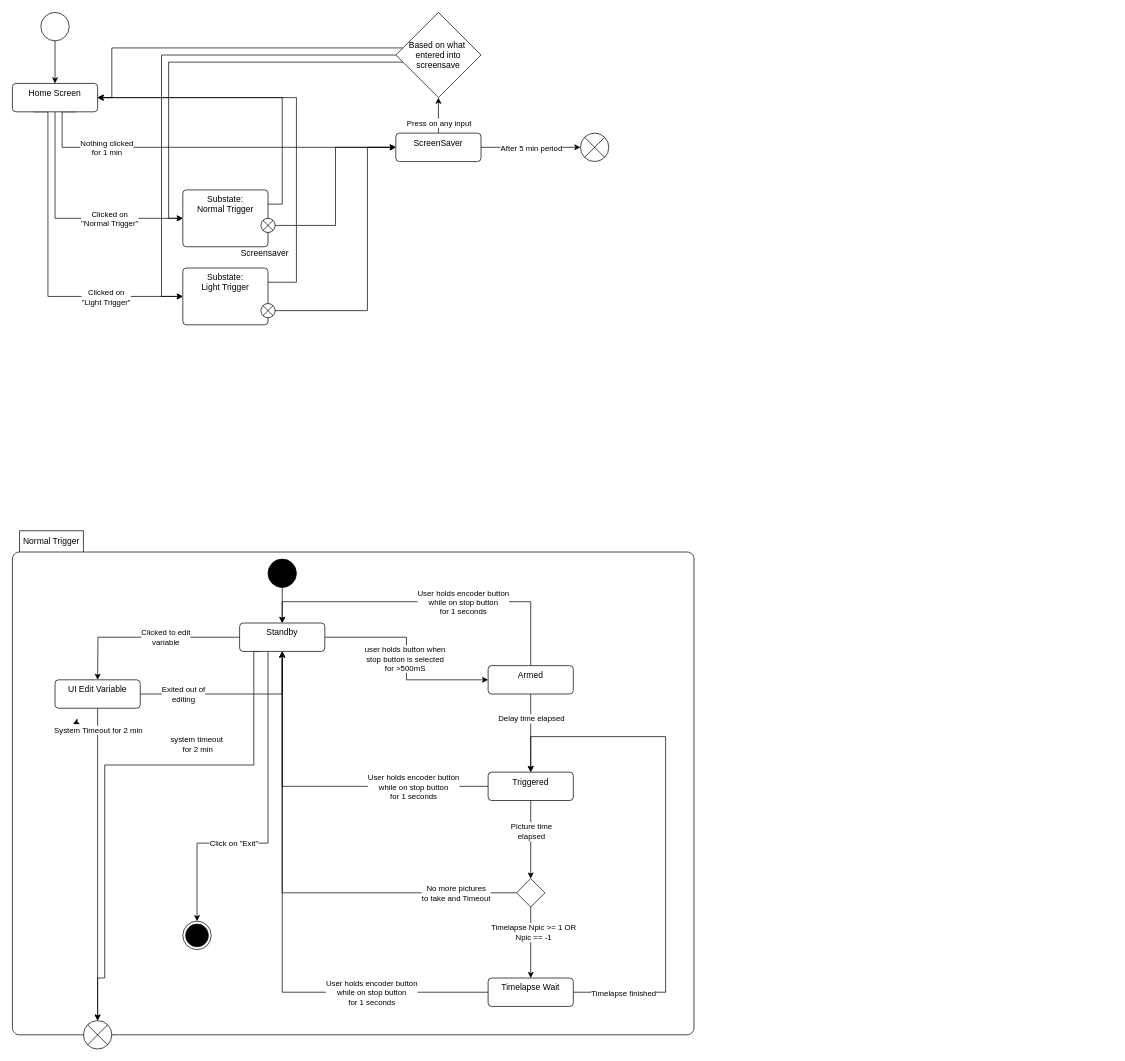
Before: Firmware/StateDiagramNextGen.drawio in Electro707/p1010_camera_remote_shutter_v2, a draw.io diagram. Source tidied: cells renumbered, new cells numbered last; positions are measured from the earlier drawing's top-left corner, leaving out a move shared by most shapes. Both pictures are drawn from the tidied source at 71%, with x=0, y=0 at pixel (12, 12).
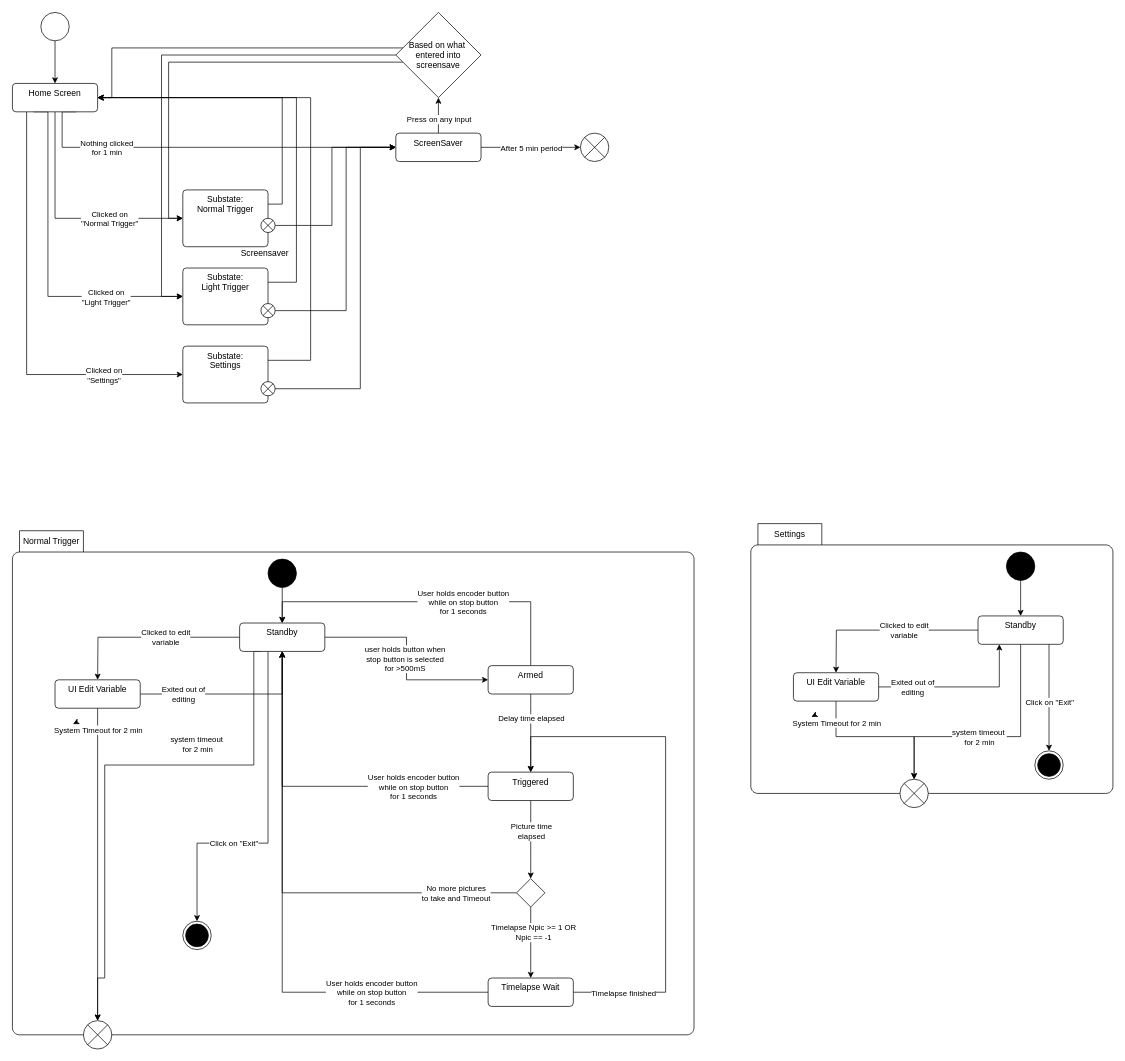
Above is the later version.

The change refers to these unchanged cells:
```xml
<mxCell id="45" value="Home Screen" style="html=1;align=center;verticalAlign=top;rounded=1;absoluteArcSize=1;arcSize=10;dashed=0;whiteSpace=wrap;" parent="1" vertex="1">
  <mxGeometry y="100" width="120" height="40" as="geometry" />
</mxCell>
<mxCell id="48" style="edgeStyle=orthogonalEdgeStyle;rounded=0;jettySize=auto;html=1;" parent="1" edge="1" source="52" target="67">
  <mxGeometry relative="1" as="geometry" />
</mxCell>
<mxCell id="52" value="ScreenSaver" style="html=1;align=center;verticalAlign=top;rounded=1;absoluteArcSize=1;arcSize=10;dashed=0;whiteSpace=wrap;" parent="1" vertex="1">
  <mxGeometry x="540" y="170" width="120" height="40" as="geometry" />
</mxCell>
<mxCell id="70" style="shape=sumEllipse;perimeter=ellipsePerimeter;html=1;backgroundOutline=1;" parent="68" vertex="1">
  <mxGeometry x="110" y="50" width="20" height="20" as="geometry" />
</mxCell>
<mxCell id="73" style="shape=sumEllipse;perimeter=ellipsePerimeter;html=1;backgroundOutline=1;" parent="71" vertex="1">
  <mxGeometry x="110" y="40" width="20" height="20" as="geometry" />
</mxCell>
```

What changed in the source:
```diff
@@
+    <mxCell id="75" value="&lt;span style=&quot;text-align: left;&quot;&gt;Settings&lt;/span&gt;" style="shape=folder;align=center;verticalAlign=middle;fontStyle=0;tabWidth=100;tabHeight=30;tabPosition=left;html=1;boundedLbl=1;labelInHeader=1;rounded=1;absoluteArcSize=1;arcSize=10;whiteSpace=wrap;fillColor=none;" parent="1" vertex="1">
+      <mxGeometry x="1040" y="720" width="510" height="380" as="geometry" />
+    </mxCell>
@@
+    <mxCell id="76" style="edgeStyle=orthogonalEdgeStyle;rounded=0;jettySize=auto;html=1;entryX=0;entryY=0.5;entryDx=0;entryDy=0;" parent="1" edge="1" source="45" target="79">
+      <mxGeometry relative="1" as="geometry">
+        <Array as="points">
+          <mxPoint x="20" y="510" />
+        </Array>
+      </mxGeometry>
+    </mxCell>
+    <mxCell id="77" value="Clicked on&lt;div&gt;&quot;Settings&quot;&lt;/div&gt;" style="edgeLabel;html=1;align=center;verticalAlign=middle;" parent="76" vertex="1">
+      <mxGeometry x="0.62" y="-1" relative="1" as="geometry" />
+    </mxCell>
@@
     <mxCell id="49" value="Press on any input" style="edgeLabel;html=1;align=center;verticalAlign=middle;" parent="48" vertex="1">
-      <mxGeometry x="-0.39" relative="1" as="geometry" />
+      <mxGeometry x="-0.39" relative="1" as="geometry">
+        <mxPoint y="-5" as="offset" />
+      </mxGeometry>
     </mxCell>
@@
     <mxCell id="60" style="edgeStyle=orthogonalEdgeStyle;rounded=0;jettySize=auto;html=1;entryX=0;entryY=0.5;entryDx=0;entryDy=0;" parent="1" edge="1" source="73" target="52">
-      <mxGeometry relative="1" as="geometry" />
+      <mxGeometry relative="1" as="geometry">
+        <Array as="points">
+          <mxPoint x="450" y="300" />
+          <mxPoint x="450" y="190" />
+        </Array>
+      </mxGeometry>
     </mxCell>
@@
     <mxCell id="63" style="edgeStyle=orthogonalEdgeStyle;rounded=0;jettySize=auto;html=1;entryX=0;entryY=0.5;entryDx=0;entryDy=0;" parent="1" edge="1" source="70" target="52">
       <mxGeometry relative="1" as="geometry">
         <Array as="points">
-          <mxPoint x="500" y="420" />
-          <mxPoint x="500" y="190" />
+          <mxPoint x="470" y="420" />
+          <mxPoint x="470" y="190" />
         </Array>
       </mxGeometry>
     </mxCell>
@@
+    <mxCell id="78" style="group;" parent="1" vertex="1">
+      <mxGeometry x="240" y="470" width="130" height="80" as="geometry" />
+    </mxCell>
+    <mxCell id="79" value="Substate:&lt;br&gt;Settings" style="html=1;align=center;verticalAlign=top;rounded=1;absoluteArcSize=1;arcSize=10;dashed=0;whiteSpace=wrap;" parent="78" vertex="1">
+      <mxGeometry width="120" height="80" as="geometry" />
+    </mxCell>
+    <mxCell id="80" style="shape=sumEllipse;perimeter=ellipsePerimeter;html=1;backgroundOutline=1;" parent="78" vertex="1">
+      <mxGeometry x="110" y="50" width="20" height="20" as="geometry" />
+    </mxCell>
+    <mxCell id="81" style="edgeStyle=orthogonalEdgeStyle;rounded=0;jettySize=auto;html=1;exitX=1;exitY=0.5;exitDx=0;exitDy=0;entryX=0;entryY=0.5;entryDx=0;entryDy=0;" parent="1" edge="1" source="80" target="52">
+      <mxGeometry relative="1" as="geometry">
+        <Array as="points">
+          <mxPoint x="490" y="530" />
+          <mxPoint x="490" y="190" />
+        </Array>
+      </mxGeometry>
+    </mxCell>
+    <mxCell id="82" style="edgeStyle=orthogonalEdgeStyle;shape=connector;rounded=0;jettySize=auto;html=1;strokeColor=default;align=center;verticalAlign=middle;fontFamily=Helvetica;fontSize=11;fontColor=default;labelBackgroundColor=default;elbow=vertical;endArrow=classic;exitX=0.5;exitY=1;exitDx=0;exitDy=0;flowAnimation=0;entryX=0.5;entryY=0;entryDx=0;entryDy=0;" parent="1" edge="1" source="93" target="94">
+      <mxGeometry relative="1" as="geometry">
+        <Array as="points">
+          <mxPoint x="1420" y="1020" />
+          <mxPoint x="1270" y="1020" />
+        </Array>
+      </mxGeometry>
+    </mxCell>
+    <mxCell id="83" value="&lt;div&gt;system timeout&amp;nbsp;&lt;/div&gt;&lt;div&gt;for 2 min&lt;/div&gt;" style="edgeLabel;html=1;align=center;verticalAlign=middle;fontFamily=Helvetica;fontSize=11;fontColor=default;labelBackgroundColor=default;" parent="82" vertex="1">
+      <mxGeometry x="0.32" y="2" relative="1" as="geometry">
+        <mxPoint x="35" y="-2" as="offset" />
+      </mxGeometry>
+    </mxCell>
+    <mxCell id="84" style="edgeStyle=orthogonalEdgeStyle;shape=connector;rounded=0;jettySize=auto;html=1;entryX=0.5;entryY=0;entryDx=0;entryDy=0;strokeColor=default;align=center;verticalAlign=middle;fontFamily=Helvetica;fontSize=11;fontColor=default;labelBackgroundColor=default;elbow=vertical;endArrow=classic;exitX=0;exitY=0.5;exitDx=0;exitDy=0;" parent="1" edge="1" source="93">
+      <mxGeometry relative="1" as="geometry">
+        <mxPoint x="1160" y="930" as="targetPoint" />
+      </mxGeometry>
+    </mxCell>
+    <mxCell id="85" value="Clicked to edit&lt;div&gt;variable&lt;/div&gt;" style="edgeLabel;html=1;align=center;verticalAlign=middle;fontFamily=Helvetica;fontSize=11;fontColor=default;labelBackgroundColor=default;" parent="84" vertex="1">
+      <mxGeometry x="0.19" y="13" relative="1" as="geometry">
+        <mxPoint x="49" y="-13" as="offset" />
+      </mxGeometry>
+    </mxCell>
+    <mxCell id="86" style="edgeStyle=orthogonalEdgeStyle;shape=connector;rounded=0;jettySize=auto;html=1;exitX=1;exitY=0.5;exitDx=0;exitDy=0;entryX=0.25;entryY=1;entryDx=0;entryDy=0;strokeColor=default;align=center;verticalAlign=middle;fontFamily=Helvetica;fontSize=11;fontColor=default;labelBackgroundColor=default;elbow=vertical;endArrow=classic;" parent="1" edge="1" source="95" target="93">
+      <mxGeometry relative="1" as="geometry">
+        <Array as="points">
+          <mxPoint x="1390" y="950" />
+        </Array>
+      </mxGeometry>
+    </mxCell>
+    <mxCell id="87" value="Exited out of&lt;div&gt;editing&lt;/div&gt;" style="edgeLabel;html=1;align=center;verticalAlign=middle;fontFamily=Helvetica;fontSize=11;fontColor=default;labelBackgroundColor=default;" parent="86" vertex="1">
+      <mxGeometry x="-0.14" y="11" relative="1" as="geometry">
+        <mxPoint x="-52" y="11" as="offset" />
+      </mxGeometry>
+    </mxCell>
+    <mxCell id="88" style="edgeStyle=orthogonalEdgeStyle;shape=connector;rounded=0;jettySize=auto;html=1;strokeColor=default;align=center;verticalAlign=middle;fontFamily=Helvetica;fontSize=11;fontColor=default;labelBackgroundColor=default;elbow=vertical;endArrow=classic;entryX=0.5;entryY=0;entryDx=0;entryDy=0;exitX=0.5;exitY=1;exitDx=0;exitDy=0;" parent="1" edge="1" source="95" target="94">
+      <mxGeometry relative="1" as="geometry">
+        <Array as="points">
+          <mxPoint x="1160" y="1020" />
+          <mxPoint x="1270" y="1020" />
+        </Array>
+      </mxGeometry>
+    </mxCell>
+    <mxCell id="89" value="&lt;div&gt;System Timeout for 2 min&lt;/div&gt;" style="edgeLabel;html=1;align=center;verticalAlign=middle;fontFamily=Helvetica;fontSize=11;fontColor=default;labelBackgroundColor=default;" parent="88" vertex="1">
+      <mxGeometry x="-0.49" y="12" relative="1" as="geometry">
+        <mxPoint x="-6" y="-8" as="offset" />
+      </mxGeometry>
+    </mxCell>
+    <mxCell id="90" style="edgeStyle=none;shape=connector;curved=1;rounded=0;orthogonalLoop=1;jettySize=auto;html=1;entryX=0.068;entryY=0.778;entryDx=0;entryDy=0;entryPerimeter=0;strokeColor=default;align=center;verticalAlign=middle;fontFamily=Helvetica;fontSize=11;fontColor=default;labelBackgroundColor=default;elbow=vertical;endArrow=classic;" parent="1" edge="1">
+      <mxGeometry relative="1" as="geometry">
+        <mxPoint x="1126.4" y="991.7" as="sourcePoint" />
+        <mxPoint x="1125.4" y="992.2" as="targetPoint" />
+      </mxGeometry>
+    </mxCell>
+    <mxCell id="91" style="edgeStyle=orthogonalEdgeStyle;rounded=0;jettySize=auto;html=1;entryX=0.5;entryY=0;entryDx=0;entryDy=0;" parent="1" edge="1" target="98">
+      <mxGeometry relative="1" as="geometry">
+        <mxPoint x="1460" y="890" as="sourcePoint" />
+        <Array as="points">
+          <mxPoint x="1460" y="940" />
+          <mxPoint x="1460" y="940" />
+        </Array>
+      </mxGeometry>
+    </mxCell>
+    <mxCell id="92" value="Click on &quot;Exit&quot;" style="edgeLabel;html=1;align=center;verticalAlign=middle;" parent="91" vertex="1">
+      <mxGeometry x="0.24" relative="1" as="geometry">
+        <mxPoint y="-12" as="offset" />
+      </mxGeometry>
+    </mxCell>
+    <mxCell id="93" value="Standby" style="html=1;align=center;verticalAlign=top;rounded=1;absoluteArcSize=1;arcSize=10;dashed=0;whiteSpace=wrap;" parent="1" vertex="1">
+      <mxGeometry x="1360" y="850" width="120" height="40" as="geometry" />
+    </mxCell>
+    <mxCell id="94" style="shape=sumEllipse;perimeter=ellipsePerimeter;html=1;backgroundOutline=1;" parent="1" vertex="1">
+      <mxGeometry x="1250" y="1080" width="40" height="40" as="geometry" />
+    </mxCell>
+    <mxCell id="95" value="UI Edit Variable" style="html=1;align=center;verticalAlign=top;rounded=1;absoluteArcSize=1;arcSize=10;dashed=0;whiteSpace=wrap;" parent="1" vertex="1">
+      <mxGeometry x="1100" y="930" width="120" height="40" as="geometry" />
+    </mxCell>
+    <mxCell id="96" style="edgeStyle=orthogonalEdgeStyle;rounded=0;jettySize=auto;html=1;" parent="1" edge="1" source="97" target="93">
+      <mxGeometry relative="1" as="geometry" />
+    </mxCell>
+    <mxCell id="97" style="ellipse;fillColor=strokeColor;html=1;" parent="1" vertex="1">
+      <mxGeometry x="1400" y="760" width="40" height="40" as="geometry" />
+    </mxCell>
+    <mxCell id="98" style="ellipse;html=1;shape=endState;fillColor=strokeColor;" parent="1" vertex="1">
+      <mxGeometry x="1440" y="1040" width="40" height="40" as="geometry" />
+    </mxCell>
+    <mxCell id="99" style="edgeStyle=orthogonalEdgeStyle;rounded=0;jettySize=auto;html=1;exitX=1;exitY=0.25;exitDx=0;exitDy=0;entryX=1;entryY=0.5;entryDx=0;entryDy=0;" parent="1" edge="1" source="79" target="45">
+      <mxGeometry relative="1" as="geometry">
+        <Array as="points">
+          <mxPoint x="420" y="490" />
+          <mxPoint x="420" y="120" />
+        </Array>
+      </mxGeometry>
+    </mxCell>
```
